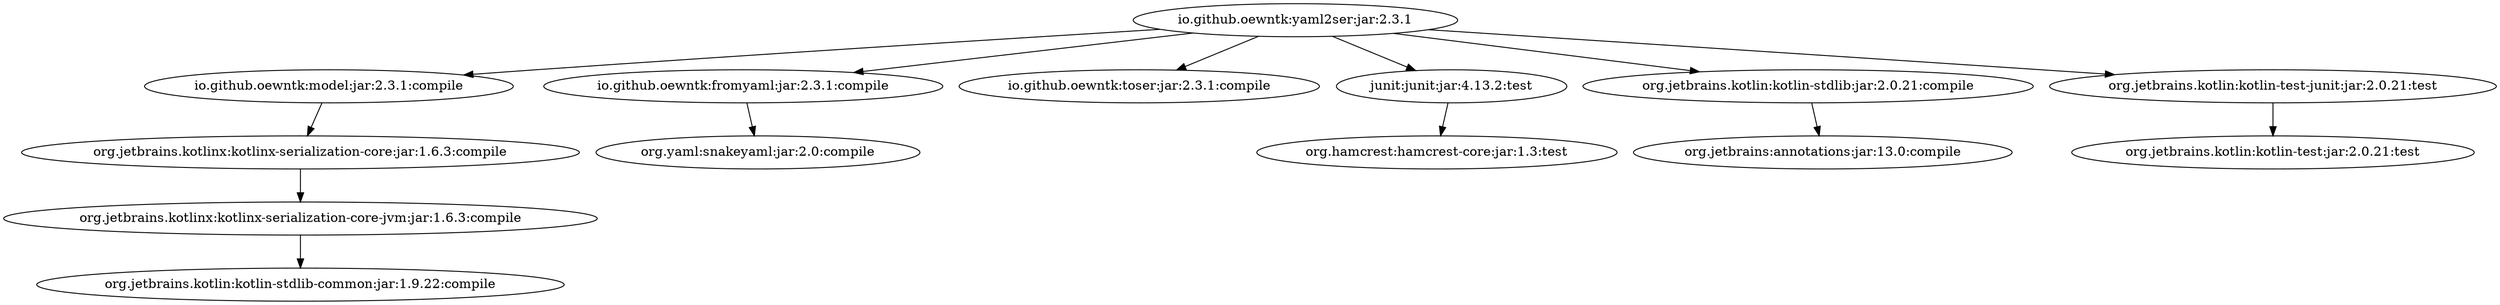
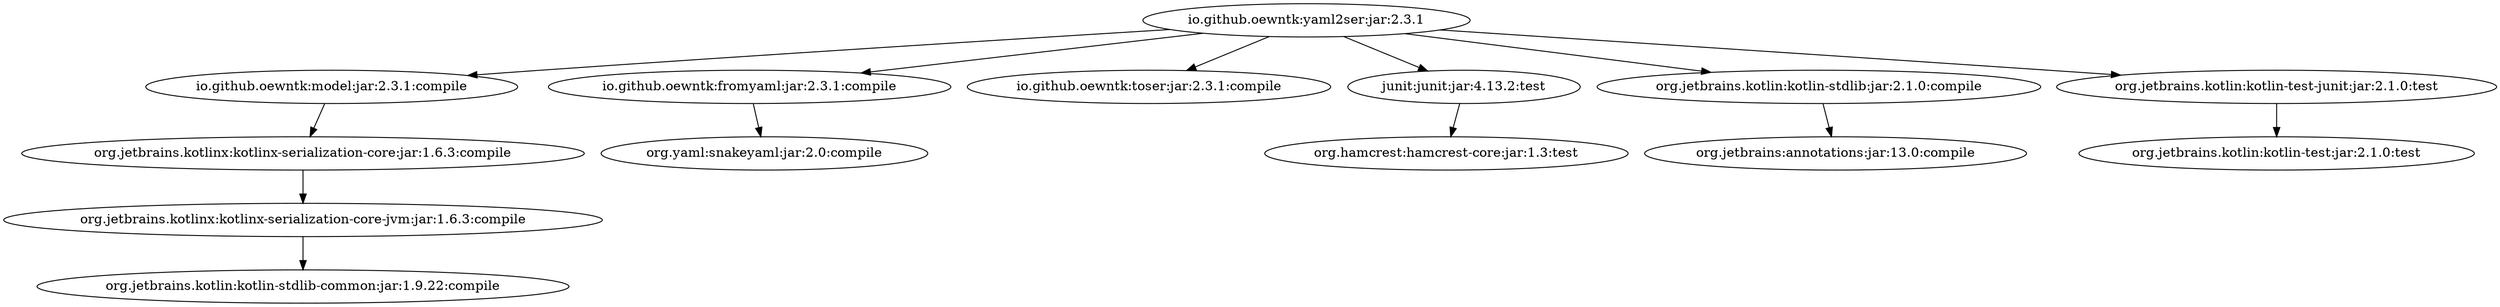
digraph "io.github.oewntk:yaml2ser:jar:2.3.1" {
	"io.github.oewntk:yaml2ser:jar:2.3.1" -> "io.github.oewntk:model:jar:2.3.1:compile" ;
	"io.github.oewntk:yaml2ser:jar:2.3.1" -> "io.github.oewntk:fromyaml:jar:2.3.1:compile" ;
	"io.github.oewntk:yaml2ser:jar:2.3.1" -> "io.github.oewntk:toser:jar:2.3.1:compile" ;
	"io.github.oewntk:yaml2ser:jar:2.3.1" -> "junit:junit:jar:4.13.2:test" ;
- 	"io.github.oewntk:yaml2ser:jar:2.3.1" -> "org.jetbrains.kotlin:kotlin-stdlib:jar:2.0.21:compile" ;
- 	"io.github.oewntk:yaml2ser:jar:2.3.1" -> "org.jetbrains.kotlin:kotlin-test-junit:jar:2.0.21:test" ;
+ 	"io.github.oewntk:yaml2ser:jar:2.3.1" -> "org.jetbrains.kotlin:kotlin-stdlib:jar:2.1.0:compile" ;
+ 	"io.github.oewntk:yaml2ser:jar:2.3.1" -> "org.jetbrains.kotlin:kotlin-test-junit:jar:2.1.0:test" ;
	"io.github.oewntk:model:jar:2.3.1:compile" -> "org.jetbrains.kotlinx:kotlinx-serialization-core:jar:1.6.3:compile" ;
	"org.jetbrains.kotlinx:kotlinx-serialization-core:jar:1.6.3:compile" -> "org.jetbrains.kotlinx:kotlinx-serialization-core-jvm:jar:1.6.3:compile" ;
	"org.jetbrains.kotlinx:kotlinx-serialization-core-jvm:jar:1.6.3:compile" -> "org.jetbrains.kotlin:kotlin-stdlib-common:jar:1.9.22:compile" ;
	"io.github.oewntk:fromyaml:jar:2.3.1:compile" -> "org.yaml:snakeyaml:jar:2.0:compile" ;
	"junit:junit:jar:4.13.2:test" -> "org.hamcrest:hamcrest-core:jar:1.3:test" ;
- 	"org.jetbrains.kotlin:kotlin-stdlib:jar:2.0.21:compile" -> "org.jetbrains:annotations:jar:13.0:compile" ;
- 	"org.jetbrains.kotlin:kotlin-test-junit:jar:2.0.21:test" -> "org.jetbrains.kotlin:kotlin-test:jar:2.0.21:test" ;
+ 	"org.jetbrains.kotlin:kotlin-stdlib:jar:2.1.0:compile" -> "org.jetbrains:annotations:jar:13.0:compile" ;
+ 	"org.jetbrains.kotlin:kotlin-test-junit:jar:2.1.0:test" -> "org.jetbrains.kotlin:kotlin-test:jar:2.1.0:test" ;
 }